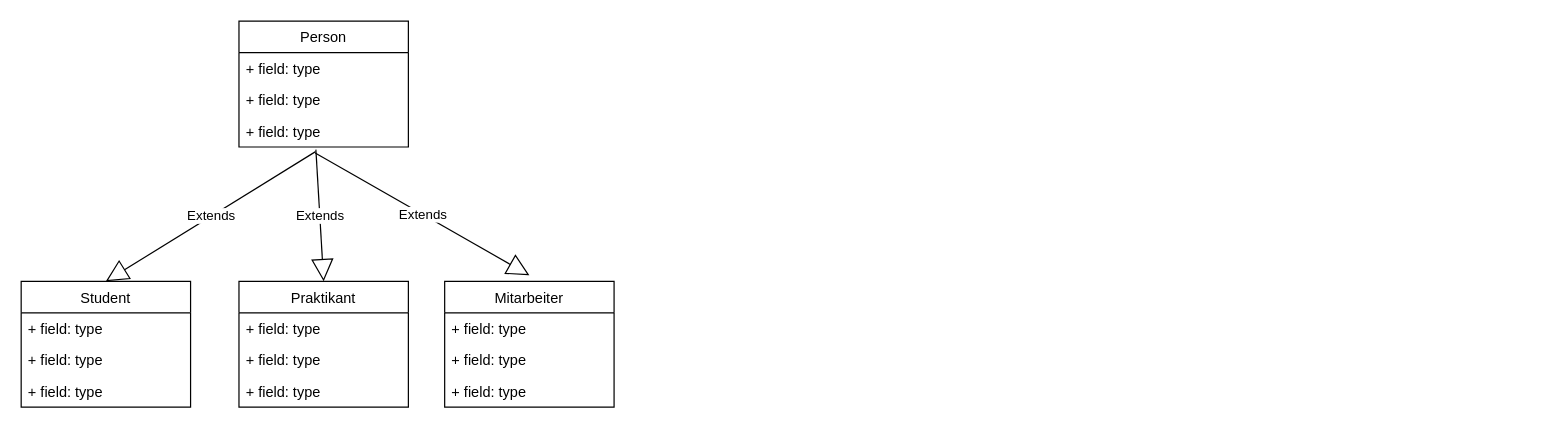
The draw.io diagram UML Diagram/Ausleihsystem.drawio in l3ehzad/JavaProjects, before the edit. Source tidied: cells renumbered, new cells numbered last; positions are measured from the earlier drawing's top-left corner, leaving out a move shared by most shapes. Both pictures are drawn from the tidied source at 121%, with x=0, y=0 at pixel (21, 21).
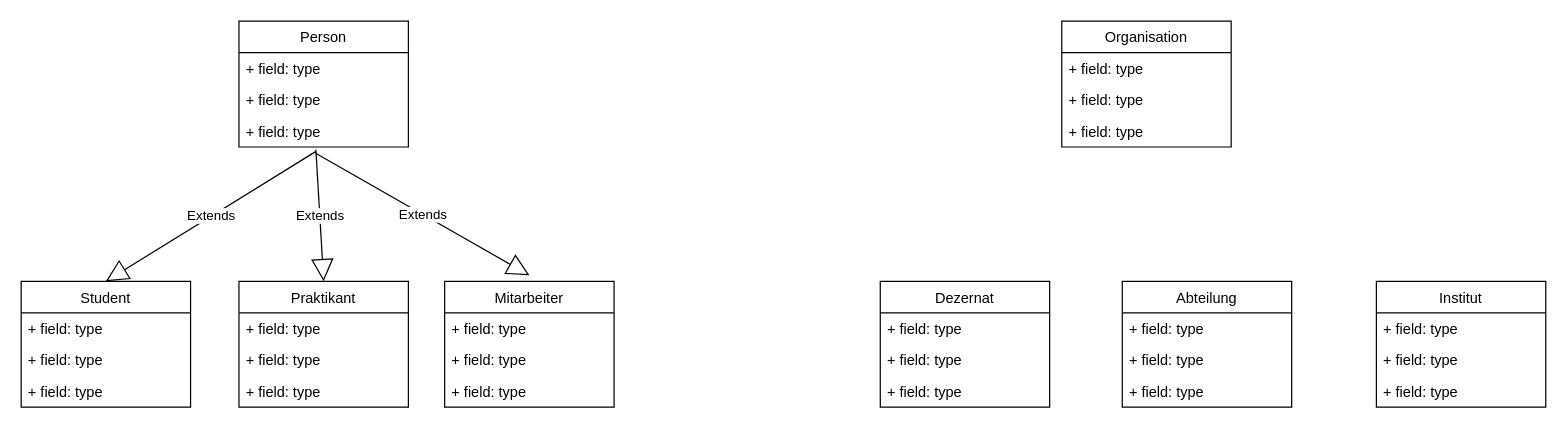
Above is the later version.

The edit, as a diff of the source:
```diff
@@
+    <mxCell id="21" value="Organisation" style="swimlane;fontStyle=0;horizontal=1;startSize=26;fillColor=none;" parent="1" vertex="1">
+      <mxGeometry x="860" width="140" height="104" as="geometry" />
+    </mxCell>
+    <mxCell id="22" value="+ field: type" style="text;strokeColor=none;fillColor=none;align=left;verticalAlign=top;spacingLeft=4;spacingRight=4;overflow=hidden;" parent="21" vertex="1">
+      <mxGeometry y="26" width="140" height="26" as="geometry" />
+    </mxCell>
+    <mxCell id="23" value="+ field: type" style="text;strokeColor=none;fillColor=none;align=left;verticalAlign=top;spacingLeft=4;spacingRight=4;overflow=hidden;" parent="21" vertex="1">
+      <mxGeometry y="52" width="140" height="26" as="geometry" />
+    </mxCell>
+    <mxCell id="24" value="+ field: type" style="text;strokeColor=none;fillColor=none;align=left;verticalAlign=top;spacingLeft=4;spacingRight=4;overflow=hidden;" parent="21" vertex="1">
+      <mxGeometry y="78" width="140" height="26" as="geometry" />
+    </mxCell>
+    <mxCell id="25" value="Dezernat" style="swimlane;fontStyle=0;horizontal=1;startSize=26;fillColor=none;" parent="1" vertex="1">
+      <mxGeometry x="710" y="215" width="140" height="104" as="geometry" />
+    </mxCell>
+    <mxCell id="26" value="+ field: type" style="text;strokeColor=none;fillColor=none;align=left;verticalAlign=top;spacingLeft=4;spacingRight=4;overflow=hidden;" parent="25" vertex="1">
+      <mxGeometry y="26" width="140" height="26" as="geometry" />
+    </mxCell>
+    <mxCell id="27" value="+ field: type" style="text;strokeColor=none;fillColor=none;align=left;verticalAlign=top;spacingLeft=4;spacingRight=4;overflow=hidden;" parent="25" vertex="1">
+      <mxGeometry y="52" width="140" height="26" as="geometry" />
+    </mxCell>
+    <mxCell id="28" value="+ field: type" style="text;strokeColor=none;fillColor=none;align=left;verticalAlign=top;spacingLeft=4;spacingRight=4;overflow=hidden;" parent="25" vertex="1">
+      <mxGeometry y="78" width="140" height="26" as="geometry" />
+    </mxCell>
+    <mxCell id="29" value="Institut" style="swimlane;fontStyle=0;horizontal=1;startSize=26;fillColor=none;" parent="1" vertex="1">
+      <mxGeometry x="1120" y="215" width="140" height="104" as="geometry" />
+    </mxCell>
+    <mxCell id="30" value="+ field: type" style="text;strokeColor=none;fillColor=none;align=left;verticalAlign=top;spacingLeft=4;spacingRight=4;overflow=hidden;" parent="29" vertex="1">
+      <mxGeometry y="26" width="140" height="26" as="geometry" />
+    </mxCell>
+    <mxCell id="31" value="+ field: type" style="text;strokeColor=none;fillColor=none;align=left;verticalAlign=top;spacingLeft=4;spacingRight=4;overflow=hidden;" parent="29" vertex="1">
+      <mxGeometry y="52" width="140" height="26" as="geometry" />
+    </mxCell>
+    <mxCell id="32" value="+ field: type" style="text;strokeColor=none;fillColor=none;align=left;verticalAlign=top;spacingLeft=4;spacingRight=4;overflow=hidden;" parent="29" vertex="1">
+      <mxGeometry y="78" width="140" height="26" as="geometry" />
+    </mxCell>
+    <mxCell id="33" value="Abteilung" style="swimlane;fontStyle=0;horizontal=1;startSize=26;fillColor=none;" parent="1" vertex="1">
+      <mxGeometry x="910" y="215" width="140" height="104" as="geometry" />
+    </mxCell>
+    <mxCell id="34" value="+ field: type" style="text;strokeColor=none;fillColor=none;align=left;verticalAlign=top;spacingLeft=4;spacingRight=4;overflow=hidden;" parent="33" vertex="1">
+      <mxGeometry y="26" width="140" height="26" as="geometry" />
+    </mxCell>
+    <mxCell id="35" value="+ field: type" style="text;strokeColor=none;fillColor=none;align=left;verticalAlign=top;spacingLeft=4;spacingRight=4;overflow=hidden;" parent="33" vertex="1">
+      <mxGeometry y="52" width="140" height="26" as="geometry" />
+    </mxCell>
+    <mxCell id="36" value="+ field: type" style="text;strokeColor=none;fillColor=none;align=left;verticalAlign=top;spacingLeft=4;spacingRight=4;overflow=hidden;" parent="33" vertex="1">
+      <mxGeometry y="78" width="140" height="26" as="geometry" />
+    </mxCell>
```
